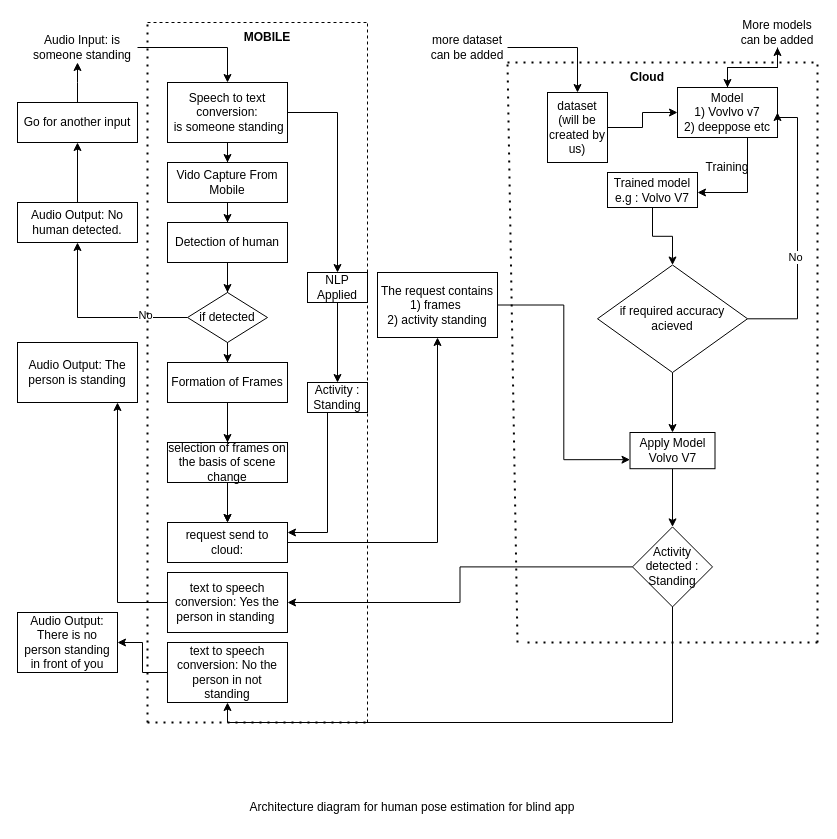
Earlier version of the draw.io diagram ArchectectureDaigram.drawio (ahmad2001hotmailyahoo/ahmad-arc). Source tidied: cells renumbered, new cells numbered last; positions are measured from the earlier drawing's top-left corner, leaving out a move shared by most shapes. Both pictures are drawn from the tidied source at 100%, with x=0, y=0 at pixel (17, 17).
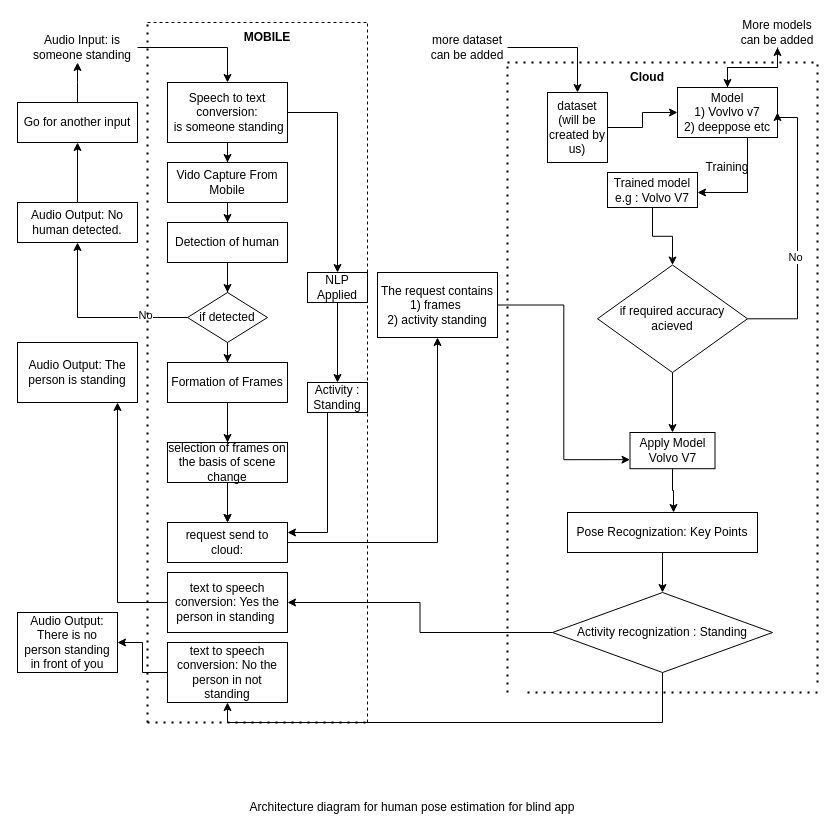
After the change.

Unchanged cells that the change refers to:
```xml
<mxCell id="54" value="Apply Model Volvo V7" style="whiteSpace=wrap;html=1;" parent="1" vertex="1">
  <mxGeometry x="612.5" y="415" width="85" height="36.2" as="geometry" />
</mxCell>
<mxCell id="61" value="text to speech conversion: No the person in not standing" style="whiteSpace=wrap;html=1;" parent="1" vertex="1">
  <mxGeometry x="150" y="625" width="120" height="60" as="geometry" />
</mxCell>
```

Diff of the diagram source:
```diff
@@
-    <mxCell id="53" style="edgeStyle=orthogonalEdgeStyle;rounded=0;jettySize=auto;html=1;" parent="1" edge="1" source="54" target="57">
-      <mxGeometry relative="1" as="geometry" />
-    </mxCell>
+    <mxCell id="70" style="edgeStyle=orthogonalEdgeStyle;rounded=0;jettySize=auto;html=1;entryX=0.558;entryY=0;entryDx=0;entryDy=0;entryPerimeter=0;" parent="1" edge="1" source="54" target="72">
+      <mxGeometry relative="1" as="geometry">
+        <Array as="points">
+          <mxPoint x="655" y="473" />
+          <mxPoint x="656" y="473" />
+        </Array>
+      </mxGeometry>
+    </mxCell>
@@
     <mxCell id="56" style="edgeStyle=orthogonalEdgeStyle;rounded=0;jettySize=auto;html=1;" parent="1" edge="1" source="57" target="61">
       <mxGeometry relative="1" as="geometry">
         <Array as="points">
-          <mxPoint x="655" y="705" />
+          <mxPoint x="645" y="705" />
+          <mxPoint x="210" y="705" />
         </Array>
       </mxGeometry>
     </mxCell>
-    <mxCell id="57" value="Activity detected : Standing" style="rhombus;whiteSpace=wrap;html=1;" parent="1" vertex="1">
-      <mxGeometry x="615" y="509.4" width="80" height="80" as="geometry" />
+    <mxCell id="57" value="Activity recognization : Standing" style="rhombus;whiteSpace=wrap;html=1;" parent="1" vertex="1">
+      <mxGeometry x="535" y="575" width="220" height="80" as="geometry" />
     </mxCell>
@@
     <mxCell id="64" style="endArrow=none;dashed=1;html=1;dashPattern=1 3;strokeWidth=2;rounded=0;" parent="1" edge="1">
       <mxGeometry relative="1" as="geometry">
-        <mxPoint x="500" y="625" as="sourcePoint" />
+        <mxPoint x="490" y="675" as="sourcePoint" />
         <mxPoint x="490" y="45" as="targetPoint" />
       </mxGeometry>
     </mxCell>
     <mxCell id="65" style="endArrow=none;dashed=1;html=1;dashPattern=1 3;strokeWidth=2;rounded=0;" parent="1" edge="1">
       <mxGeometry relative="1" as="geometry">
-        <mxPoint x="510" y="625" as="sourcePoint" />
-        <mxPoint x="800" y="625" as="targetPoint" />
+        <mxPoint x="510" y="675" as="sourcePoint" />
+        <mxPoint x="800" y="675" as="targetPoint" />
       </mxGeometry>
     </mxCell>
     <mxCell id="66" style="endArrow=none;dashed=1;html=1;dashPattern=1 3;strokeWidth=2;rounded=0;" parent="1" edge="1">
       <mxGeometry relative="1" as="geometry">
-        <mxPoint x="800" y="625" as="sourcePoint" />
+        <mxPoint x="800" y="665" as="sourcePoint" />
         <mxPoint x="800" y="45" as="targetPoint" />
       </mxGeometry>
     </mxCell>
@@
+    <mxCell id="71" style="edgeStyle=orthogonalEdgeStyle;rounded=0;jettySize=auto;html=1;" parent="1" edge="1" source="72" target="57">
+      <mxGeometry relative="1" as="geometry" />
+    </mxCell>
+    <mxCell id="72" value="Pose Recognization: Key Points" style="rounded=0;whiteSpace=wrap;html=1;" parent="1" vertex="1">
+      <mxGeometry x="550" y="495" width="190" height="40" as="geometry" />
+    </mxCell>
```
